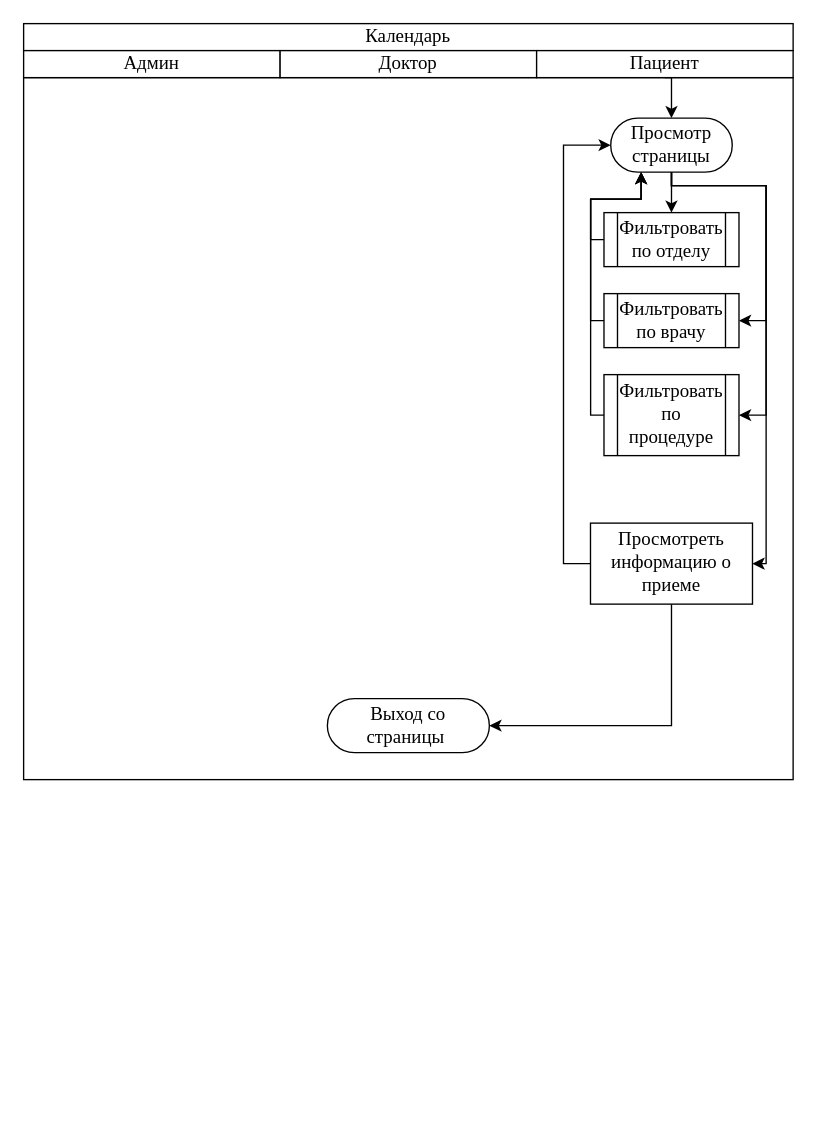
Above: calendar.drawio in arturyumaev/Bachelor-Diploma-Docs (draw.io), before the change. Source tidied: cells renumbered, new cells numbered last; positions are measured from the earlier drawing's top-left corner, leaving out a move shared by most shapes. Both pictures are drawn from the tidied source at 135%, with x=0, y=0 at pixel (23, 23).
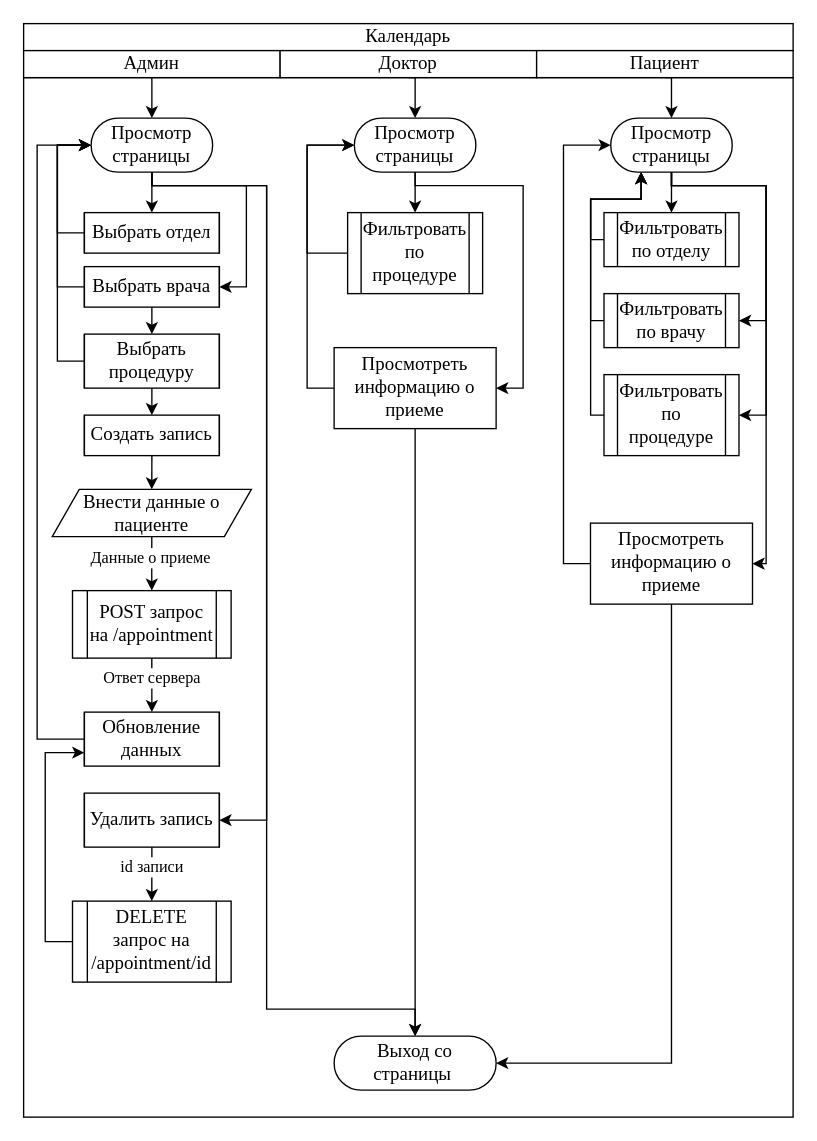
Above is the later version.

The change refers to these unchanged cells:
```xml
<mxCell id="4" value="&lt;font style=&quot;font-size: 14px&quot; face=&quot;Times New Roman&quot;&gt;Админ&lt;/font&gt;" style="rounded=0;whiteSpace=wrap;html=1;" parent="1" vertex="1">
  <mxGeometry y="20" width="190" height="20" as="geometry" />
</mxCell>
```

What changed in the source:
```diff
@@
+    <mxCell id="23" style="edgeStyle=orthogonalEdgeStyle;rounded=0;jettySize=auto;html=1;exitX=0.5;exitY=0;exitDx=0;exitDy=0;entryX=0.5;entryY=0;entryDx=0;entryDy=0;" parent="1" edge="1" source="2" target="55">
+      <mxGeometry relative="1" as="geometry" />
+    </mxCell>
     <mxCell id="2" style="rounded=0;whiteSpace=wrap;html=1;fillColor=none;" parent="1" vertex="1">
-      <mxGeometry y="40" width="570" height="520" as="geometry" />
+      <mxGeometry y="40" width="570" height="770" as="geometry" />
     </mxCell>
@@
+    <mxCell id="24" style="edgeStyle=orthogonalEdgeStyle;rounded=0;jettySize=auto;html=1;exitX=0.5;exitY=1;exitDx=0;exitDy=0;entryX=0.5;entryY=0;entryDx=0;entryDy=0;" parent="1" edge="1" source="4" target="29">
+      <mxGeometry relative="1" as="geometry" />
+    </mxCell>
@@
     <mxCell id="22" value="&lt;font style=&quot;font-size: 14px&quot; face=&quot;Times New Roman&quot;&gt;Выход со страницы&amp;nbsp;&lt;/font&gt;" style="rounded=1;whiteSpace=wrap;html=1;fillColor=none;arcSize=50;" parent="1" vertex="1">
-      <mxGeometry x="225" y="500" width="120" height="40" as="geometry" />
+      <mxGeometry x="230" y="750" width="120" height="40" as="geometry" />
     </mxCell>
+    <mxCell id="25" style="edgeStyle=orthogonalEdgeStyle;rounded=0;jettySize=auto;html=1;exitX=0.5;exitY=1;exitDx=0;exitDy=0;entryX=0.5;entryY=0;entryDx=0;entryDy=0;" parent="1" edge="1" source="29" target="31">
+      <mxGeometry relative="1" as="geometry" />
+    </mxCell>
+    <mxCell id="26" style="edgeStyle=orthogonalEdgeStyle;rounded=0;jettySize=auto;html=1;exitX=0.5;exitY=1;exitDx=0;exitDy=0;entryX=1;entryY=0.5;entryDx=0;entryDy=0;" parent="1" edge="1" source="29" target="34">
+      <mxGeometry relative="1" as="geometry">
+        <Array as="points">
+          <mxPoint x="95" y="120" />
+          <mxPoint x="165" y="120" />
+          <mxPoint x="165" y="195" />
+        </Array>
+      </mxGeometry>
+    </mxCell>
+    <mxCell id="27" style="edgeStyle=orthogonalEdgeStyle;rounded=0;jettySize=auto;html=1;exitX=0.5;exitY=1;exitDx=0;exitDy=0;entryX=0.5;entryY=0;entryDx=0;entryDy=0;" parent="1" edge="1" source="29" target="22">
+      <mxGeometry relative="1" as="geometry">
+        <Array as="points">
+          <mxPoint x="95" y="120" />
+          <mxPoint x="180" y="120" />
+          <mxPoint x="180" y="730" />
+          <mxPoint x="290" y="730" />
+        </Array>
+      </mxGeometry>
+    </mxCell>
+    <mxCell id="28" style="edgeStyle=orthogonalEdgeStyle;rounded=0;jettySize=auto;html=1;exitX=0.5;exitY=1;exitDx=0;exitDy=0;entryX=1;entryY=0.5;entryDx=0;entryDy=0;" parent="1" edge="1" source="29" target="50">
+      <mxGeometry relative="1" as="geometry">
+        <Array as="points">
+          <mxPoint x="95" y="120" />
+          <mxPoint x="180" y="120" />
+          <mxPoint x="180" y="590" />
+        </Array>
+      </mxGeometry>
+    </mxCell>
+    <mxCell id="29" value="&lt;font style=&quot;font-size: 14px&quot; face=&quot;Times New Roman&quot;&gt;Просмотр страницы&lt;/font&gt;" style="rounded=1;whiteSpace=wrap;html=1;fillColor=none;arcSize=50;" parent="1" vertex="1">
+      <mxGeometry x="50" y="70" width="90" height="40" as="geometry" />
+    </mxCell>
+    <mxCell id="30" style="edgeStyle=orthogonalEdgeStyle;rounded=0;jettySize=auto;html=1;exitX=0;exitY=0.5;exitDx=0;exitDy=0;entryX=0;entryY=0.5;entryDx=0;entryDy=0;" parent="1" edge="1" source="31" target="29">
+      <mxGeometry relative="1" as="geometry" />
+    </mxCell>
+    <mxCell id="31" value="&lt;font style=&quot;font-size: 14px&quot; face=&quot;Times New Roman&quot;&gt;Выбрать отдел&lt;/font&gt;" style="shape=process;whiteSpace=wrap;html=1;backgroundOutline=1;fillColor=none;size=0;" parent="1" vertex="1">
+      <mxGeometry x="45" y="140" width="100" height="30" as="geometry" />
+    </mxCell>
+    <mxCell id="32" style="edgeStyle=orthogonalEdgeStyle;rounded=0;jettySize=auto;html=1;exitX=0.5;exitY=1;exitDx=0;exitDy=0;entryX=0.5;entryY=0;entryDx=0;entryDy=0;" parent="1" edge="1" source="34" target="37">
+      <mxGeometry relative="1" as="geometry" />
+    </mxCell>
+    <mxCell id="33" style="edgeStyle=orthogonalEdgeStyle;rounded=0;jettySize=auto;html=1;exitX=0;exitY=0.5;exitDx=0;exitDy=0;entryX=0;entryY=0.5;entryDx=0;entryDy=0;" parent="1" edge="1" source="34" target="29">
+      <mxGeometry relative="1" as="geometry" />
+    </mxCell>
+    <mxCell id="34" value="&lt;font style=&quot;font-size: 14px&quot; face=&quot;Times New Roman&quot;&gt;Выбрать врача&lt;/font&gt;" style="shape=process;whiteSpace=wrap;html=1;backgroundOutline=1;fillColor=none;size=0;" parent="1" vertex="1">
+      <mxGeometry x="45" y="180" width="100" height="30" as="geometry" />
+    </mxCell>
+    <mxCell id="35" style="edgeStyle=orthogonalEdgeStyle;rounded=0;jettySize=auto;html=1;exitX=0;exitY=0.5;exitDx=0;exitDy=0;entryX=0;entryY=0.5;entryDx=0;entryDy=0;" parent="1" edge="1" source="37" target="29">
+      <mxGeometry relative="1" as="geometry">
+        <Array as="points">
+          <mxPoint x="25" y="250" />
+          <mxPoint x="25" y="90" />
+        </Array>
+      </mxGeometry>
+    </mxCell>
+    <mxCell id="36" style="edgeStyle=orthogonalEdgeStyle;rounded=0;jettySize=auto;html=1;exitX=0.5;exitY=1;exitDx=0;exitDy=0;entryX=0.5;entryY=0;entryDx=0;entryDy=0;" parent="1" edge="1" source="37" target="39">
+      <mxGeometry relative="1" as="geometry" />
+    </mxCell>
+    <mxCell id="37" value="&lt;font style=&quot;font-size: 14px&quot; face=&quot;Times New Roman&quot;&gt;Выбрать процедуру&lt;/font&gt;" style="shape=process;whiteSpace=wrap;html=1;backgroundOutline=1;fillColor=none;size=0;" parent="1" vertex="1">
+      <mxGeometry x="45" y="230" width="100" height="40" as="geometry" />
+    </mxCell>
+    <mxCell id="38" style="edgeStyle=orthogonalEdgeStyle;rounded=0;jettySize=auto;html=1;exitX=0.5;exitY=1;exitDx=0;exitDy=0;entryX=0.5;entryY=0;entryDx=0;entryDy=0;" parent="1" edge="1" source="39" target="42">
+      <mxGeometry relative="1" as="geometry" />
+    </mxCell>
+    <mxCell id="39" value="&lt;font style=&quot;font-size: 14px&quot; face=&quot;Times New Roman&quot;&gt;Создать запись&lt;/font&gt;" style="shape=process;whiteSpace=wrap;html=1;backgroundOutline=1;fillColor=none;size=0;" parent="1" vertex="1">
+      <mxGeometry x="45" y="290" width="100" height="30" as="geometry" />
+    </mxCell>
+    <mxCell id="40" style="edgeStyle=orthogonalEdgeStyle;rounded=0;jettySize=auto;html=1;exitX=0.5;exitY=1;exitDx=0;exitDy=0;entryX=0.5;entryY=0;entryDx=0;entryDy=0;" parent="1" edge="1" source="42" target="45">
+      <mxGeometry relative="1" as="geometry" />
+    </mxCell>
+    <mxCell id="41" value="&lt;font style=&quot;font-size: 12px&quot; face=&quot;Times New Roman&quot;&gt;Данные о приеме&lt;/font&gt;" style="edgeLabel;html=1;align=center;verticalAlign=middle;" parent="40" vertex="1">
+      <mxGeometry x="-0.19" y="-1" relative="1" as="geometry" />
+    </mxCell>
+    <mxCell id="42" value="&lt;font style=&quot;font-size: 14px&quot; face=&quot;Times New Roman&quot;&gt;Внести данные о пациенте&lt;/font&gt;" style="shape=parallelogram;perimeter=parallelogramPerimeter;whiteSpace=wrap;html=1;fixedSize=1;" parent="1" vertex="1">
+      <mxGeometry x="21.2" y="345" width="147.5" height="35" as="geometry" />
+    </mxCell>
+    <mxCell id="43" style="edgeStyle=orthogonalEdgeStyle;rounded=0;jettySize=auto;html=1;exitX=0.5;exitY=1;exitDx=0;exitDy=0;entryX=0.5;entryY=0;entryDx=0;entryDy=0;" parent="1" edge="1" source="45" target="47">
+      <mxGeometry relative="1" as="geometry" />
+    </mxCell>
+    <mxCell id="44" value="&lt;font style=&quot;font-size: 12px&quot; face=&quot;Times New Roman&quot;&gt;Ответ сервера&lt;/font&gt;" style="edgeLabel;html=1;align=center;verticalAlign=middle;" parent="43" vertex="1">
+      <mxGeometry x="-0.23" relative="1" as="geometry" />
+    </mxCell>
+    <mxCell id="45" value="&lt;font style=&quot;font-size: 14px&quot; face=&quot;Times New Roman&quot;&gt;POST запрос на /appointment&lt;/font&gt;" style="shape=process;whiteSpace=wrap;html=1;backgroundOutline=1;fillColor=none;size=0.09523809523809523;" parent="1" vertex="1">
+      <mxGeometry x="36.2" y="420" width="117.5" height="50" as="geometry" />
+    </mxCell>
+    <mxCell id="46" style="edgeStyle=orthogonalEdgeStyle;rounded=0;jettySize=auto;html=1;exitX=0;exitY=0.5;exitDx=0;exitDy=0;entryX=0;entryY=0.5;entryDx=0;entryDy=0;" parent="1" edge="1" source="47" target="29">
+      <mxGeometry relative="1" as="geometry">
+        <Array as="points">
+          <mxPoint x="10" y="530" />
+          <mxPoint x="10" y="90" />
+        </Array>
+      </mxGeometry>
+    </mxCell>
+    <mxCell id="47" value="&lt;font style=&quot;font-size: 14px&quot; face=&quot;Times New Roman&quot;&gt;Обновление данных&lt;/font&gt;" style="shape=process;whiteSpace=wrap;html=1;backgroundOutline=1;fillColor=none;size=0;" parent="1" vertex="1">
+      <mxGeometry x="45" y="510" width="100" height="40" as="geometry" />
+    </mxCell>
+    <mxCell id="48" style="edgeStyle=orthogonalEdgeStyle;rounded=0;jettySize=auto;html=1;exitX=0.5;exitY=1;exitDx=0;exitDy=0;entryX=0.5;entryY=0;entryDx=0;entryDy=0;" parent="1" edge="1" source="50" target="52">
+      <mxGeometry relative="1" as="geometry" />
+    </mxCell>
+    <mxCell id="49" value="&lt;font style=&quot;font-size: 12px&quot; face=&quot;Times New Roman&quot;&gt;id записи&lt;/font&gt;" style="edgeLabel;html=1;align=center;verticalAlign=middle;" parent="48" vertex="1">
+      <mxGeometry x="-0.27" relative="1" as="geometry" />
+    </mxCell>
+    <mxCell id="50" value="&lt;font face=&quot;Times New Roman&quot;&gt;&lt;span style=&quot;font-size: 14px&quot;&gt;Удалить запись&lt;/span&gt;&lt;/font&gt;" style="shape=process;whiteSpace=wrap;html=1;backgroundOutline=1;fillColor=none;size=0;" parent="1" vertex="1">
+      <mxGeometry x="45" y="570" width="100" height="40" as="geometry" />
+    </mxCell>
+    <mxCell id="51" style="edgeStyle=orthogonalEdgeStyle;rounded=0;jettySize=auto;html=1;entryX=0;entryY=0.75;entryDx=0;entryDy=0;" parent="1" edge="1" source="52" target="47">
+      <mxGeometry relative="1" as="geometry">
+        <Array as="points">
+          <mxPoint x="16" y="680" />
+          <mxPoint x="16" y="540" />
+        </Array>
+      </mxGeometry>
+    </mxCell>
+    <mxCell id="52" value="&lt;font style=&quot;font-size: 14px&quot; face=&quot;Times New Roman&quot;&gt;DELETE запрос на /appointment/id&lt;/font&gt;" style="shape=process;whiteSpace=wrap;html=1;backgroundOutline=1;fillColor=none;size=0.09523809523809523;" parent="1" vertex="1">
+      <mxGeometry x="36.2" y="650" width="117.5" height="60" as="geometry" />
+    </mxCell>
+    <mxCell id="53" style="edgeStyle=orthogonalEdgeStyle;rounded=0;jettySize=auto;html=1;exitX=0.5;exitY=1;exitDx=0;exitDy=0;entryX=0.5;entryY=0;entryDx=0;entryDy=0;endArrow=classic;endFill=1;" parent="1" edge="1" source="55" target="57">
+      <mxGeometry relative="1" as="geometry" />
+    </mxCell>
+    <mxCell id="54" style="edgeStyle=orthogonalEdgeStyle;rounded=0;jettySize=auto;html=1;exitX=0.5;exitY=1;exitDx=0;exitDy=0;entryX=1;entryY=0.5;entryDx=0;entryDy=0;" parent="1" edge="1" source="55" target="60">
+      <mxGeometry relative="1" as="geometry">
+        <Array as="points">
+          <mxPoint x="290" y="120" />
+          <mxPoint x="370" y="120" />
+          <mxPoint x="370" y="270" />
+        </Array>
+      </mxGeometry>
+    </mxCell>
+    <mxCell id="55" value="&lt;font style=&quot;font-size: 14px&quot; face=&quot;Times New Roman&quot;&gt;Просмотр страницы&lt;/font&gt;" style="rounded=1;whiteSpace=wrap;html=1;fillColor=none;arcSize=50;" parent="1" vertex="1">
+      <mxGeometry x="245" y="70" width="90" height="40" as="geometry" />
+    </mxCell>
+    <mxCell id="56" style="edgeStyle=orthogonalEdgeStyle;rounded=0;jettySize=auto;html=1;exitX=0;exitY=0.5;exitDx=0;exitDy=0;entryX=0;entryY=0.5;entryDx=0;entryDy=0;" parent="1" edge="1" source="57" target="55">
+      <mxGeometry relative="1" as="geometry">
+        <Array as="points">
+          <mxPoint x="210" y="170" />
+          <mxPoint x="210" y="90" />
+        </Array>
+      </mxGeometry>
+    </mxCell>
+    <mxCell id="57" value="&lt;font style=&quot;font-size: 14px&quot; face=&quot;Times New Roman&quot;&gt;Фильтровать по процедуре&lt;/font&gt;" style="shape=process;whiteSpace=wrap;html=1;backgroundOutline=1;fillColor=none;" parent="1" vertex="1">
+      <mxGeometry x="240" y="140" width="100" height="60" as="geometry" />
+    </mxCell>
+    <mxCell id="58" style="edgeStyle=orthogonalEdgeStyle;rounded=0;jettySize=auto;html=1;entryX=0;entryY=0.5;entryDx=0;entryDy=0;" parent="1" edge="1" source="60" target="55">
+      <mxGeometry relative="1" as="geometry">
+        <Array as="points">
+          <mxPoint x="210" y="270" />
+          <mxPoint x="210" y="90" />
+        </Array>
+      </mxGeometry>
+    </mxCell>
+    <mxCell id="59" style="edgeStyle=orthogonalEdgeStyle;rounded=0;jettySize=auto;html=1;exitX=0.5;exitY=1;exitDx=0;exitDy=0;entryX=0.5;entryY=0;entryDx=0;entryDy=0;" parent="1" edge="1" source="60" target="22">
+      <mxGeometry relative="1" as="geometry" />
+    </mxCell>
+    <mxCell id="60" value="&lt;font style=&quot;font-size: 14px&quot; face=&quot;Times New Roman&quot;&gt;Просмотреть информацию о приеме&lt;/font&gt;" style="rounded=0;whiteSpace=wrap;html=1;" parent="1" vertex="1">
+      <mxGeometry x="230" y="240" width="120" height="60" as="geometry" />
+    </mxCell>
```
